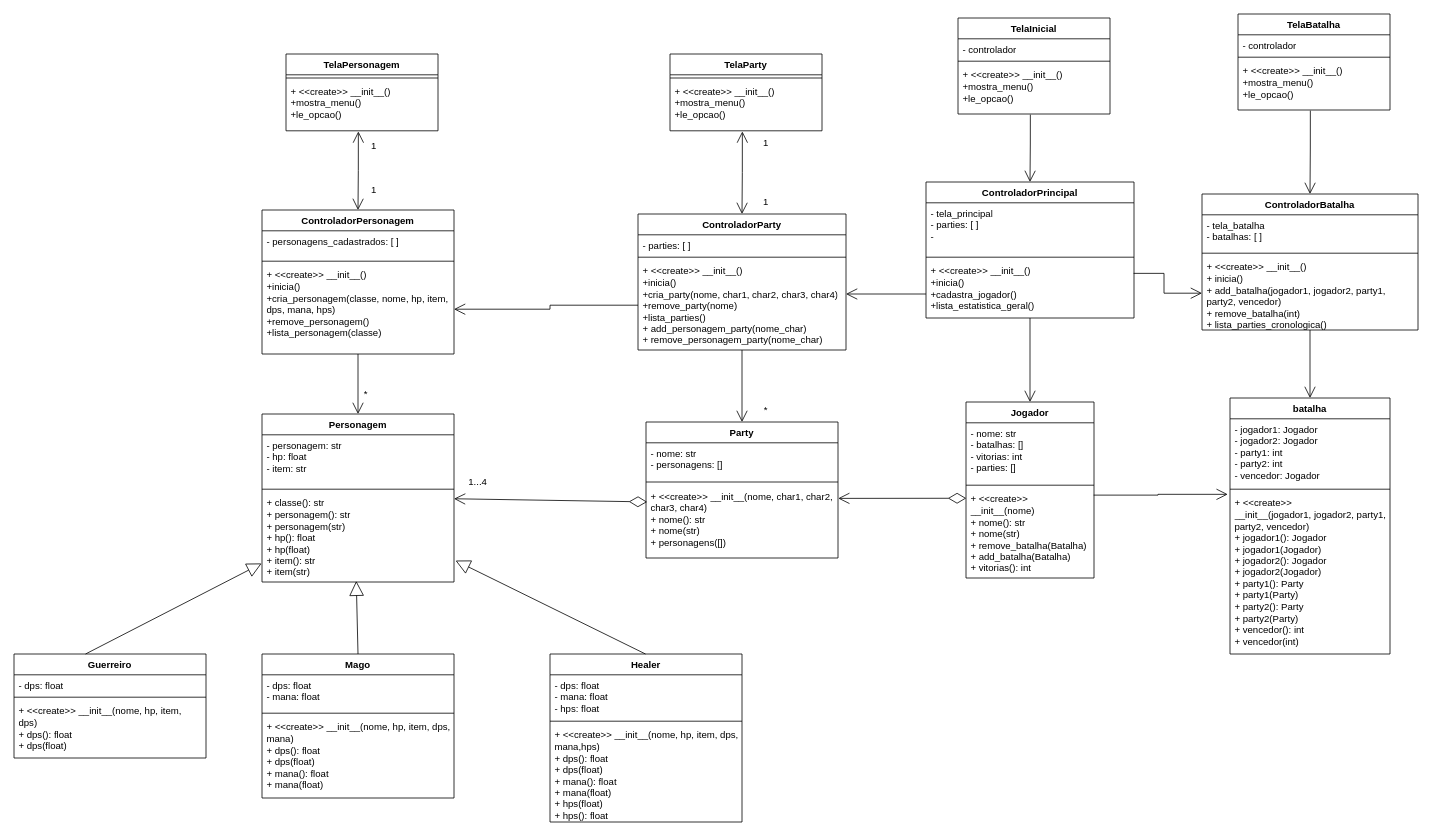
Above: MVC_RPG.drawio in Coelho50/DSO_T1 (draw.io), before the change. Source tidied: cells renumbered, new cells numbered last; positions are measured from the earlier drawing's top-left corner, leaving out a move shared by most shapes. Both pictures are drawn from the tidied source at 80%, with x=0, y=0 at pixel (14, 14).
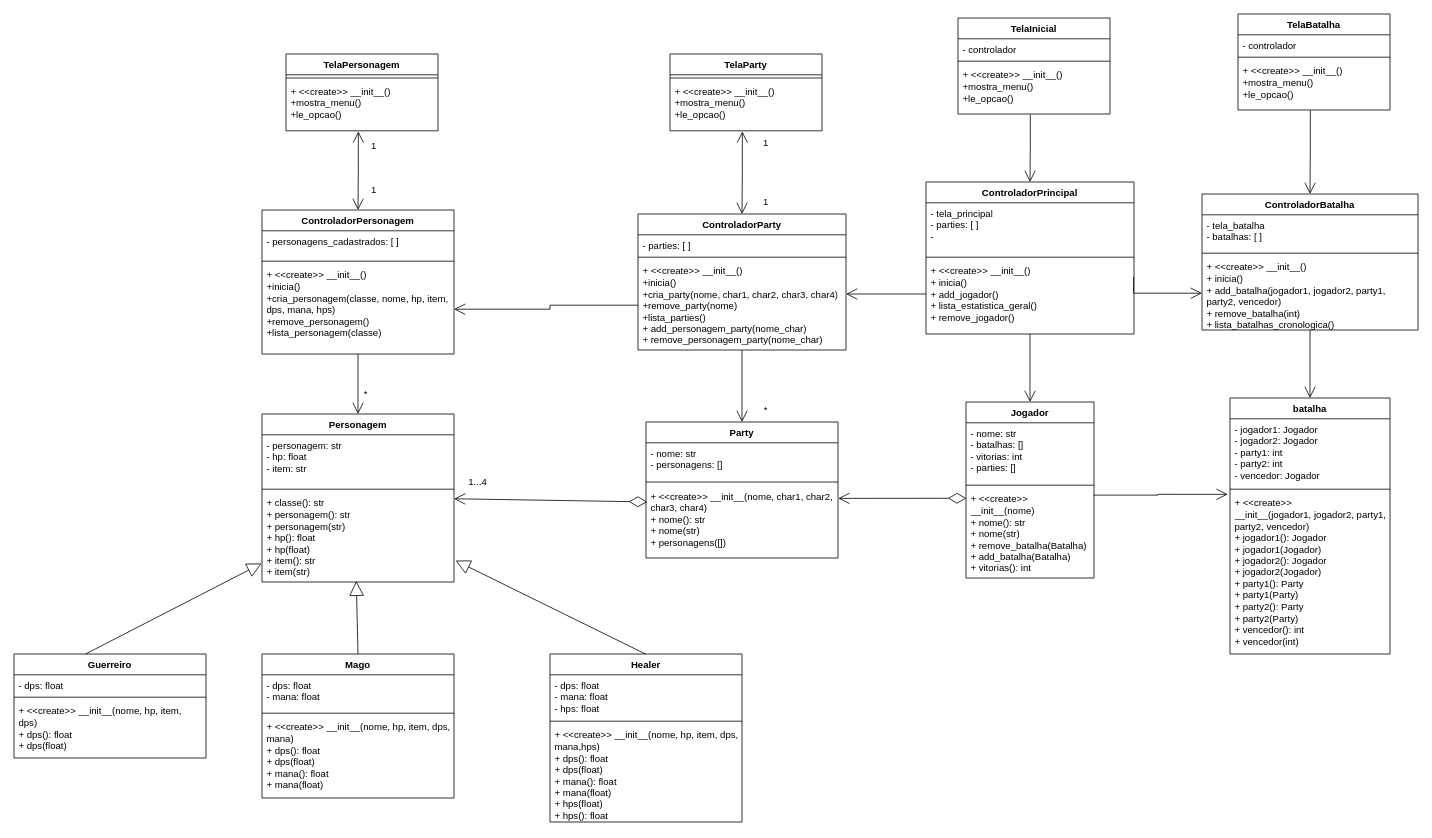
The same page after the edit.

Unchanged cells that the change refers to:
```xml
<mxCell id="71" value="ControladorBatalha" style="swimlane;fontStyle=1;align=center;verticalAlign=top;horizontal=1;startSize=26;whiteSpace=wrap;html=1;" parent="1" vertex="1">
  <mxGeometry x="1485" y="225" width="270" height="170" as="geometry" />
</mxCell>
```

What changed in the source:
```diff
@@
     <mxCell id="60" value="ControladorPrincipal" style="swimlane;fontStyle=1;align=center;verticalAlign=top;horizontal=1;startSize=26;whiteSpace=wrap;html=1;" parent="1" vertex="1">
-      <mxGeometry x="1140" y="210" width="260" height="170" as="geometry" />
+      <mxGeometry x="1140" y="210" width="260" height="190" as="geometry" />
     </mxCell>
@@
-    <mxCell id="63" value="&lt;div&gt;+ &amp;lt;&amp;lt;create&amp;gt;&amp;gt; &lt;span style=&quot;background-color: initial;&quot;&gt;__init__()&lt;/span&gt;&lt;/div&gt;&lt;div&gt;&lt;span style=&quot;background-color: initial;&quot;&gt;+inicia()&lt;br&gt;&lt;/span&gt;&lt;/div&gt;&lt;div&gt;&lt;span style=&quot;background-color: initial;&quot;&gt;+cadastra_jogador()&lt;/span&gt;&lt;/div&gt;&lt;div&gt;&lt;span style=&quot;background-color: initial;&quot;&gt;+lista_estatistica_geral()&lt;/span&gt;&lt;/div&gt;" style="text;strokeColor=none;fillColor=none;align=left;verticalAlign=top;spacingLeft=4;spacingRight=4;overflow=hidden;points=[[0,0.5],[1,0.5]];portConstraint=eastwest;whiteSpace=wrap;html=1;" parent="60" vertex="1">
-      <mxGeometry y="98" width="260" height="72" as="geometry" />
+    <mxCell id="63" value="&lt;div&gt;+ &amp;lt;&amp;lt;create&amp;gt;&amp;gt; &lt;span style=&quot;background-color: initial;&quot;&gt;__init__()&lt;/span&gt;&lt;/div&gt;&lt;div&gt;&lt;span style=&quot;background-color: initial;&quot;&gt;+ inicia()&lt;br&gt;&lt;/span&gt;&lt;/div&gt;&lt;div&gt;&lt;span style=&quot;background-color: initial;&quot;&gt;+ add_jogador()&lt;/span&gt;&lt;/div&gt;&lt;div&gt;&lt;span style=&quot;background-color: initial;&quot;&gt;+ lista_estatistica_geral()&lt;/span&gt;&lt;/div&gt;&lt;div&gt;&lt;span style=&quot;background-color: initial;&quot;&gt;+ remove_jogador()&lt;/span&gt;&lt;/div&gt;" style="text;strokeColor=none;fillColor=none;align=left;verticalAlign=top;spacingLeft=4;spacingRight=4;overflow=hidden;points=[[0,0.5],[1,0.5]];portConstraint=eastwest;whiteSpace=wrap;html=1;" parent="60" vertex="1">
+      <mxGeometry y="98" width="260" height="92" as="geometry" />
     </mxCell>
@@
-    <mxCell id="74" value="&lt;div&gt;+ &amp;lt;&amp;lt;create&amp;gt;&amp;gt; &lt;span style=&quot;background-color: initial;&quot;&gt;__init__()&lt;/span&gt;&lt;/div&gt;&lt;div&gt;&lt;span style=&quot;background-color: initial;&quot;&gt;+ inicia()&lt;br&gt;&lt;/span&gt;&lt;/div&gt;&lt;div&gt;+ add_batalha(&lt;span style=&quot;background-color: initial;&quot;&gt;jogador1, jogador2, party1, party2, vencedor&lt;/span&gt;)&lt;/div&gt;&lt;div&gt;&lt;div&gt;+ remove_batalha(int)&lt;/div&gt;&lt;div&gt;+ lista_parties_cronologica()&lt;/div&gt;&lt;/div&gt;&lt;div&gt;&lt;br&gt;&lt;/div&gt;" style="text;strokeColor=none;fillColor=none;align=left;verticalAlign=top;spacingLeft=4;spacingRight=4;overflow=hidden;points=[[0,0.5],[1,0.5]];portConstraint=eastwest;whiteSpace=wrap;html=1;" parent="71" vertex="1">
+    <mxCell id="74" value="&lt;div&gt;+ &amp;lt;&amp;lt;create&amp;gt;&amp;gt; &lt;span style=&quot;background-color: initial;&quot;&gt;__init__()&lt;/span&gt;&lt;/div&gt;&lt;div&gt;&lt;span style=&quot;background-color: initial;&quot;&gt;+ inicia()&lt;br&gt;&lt;/span&gt;&lt;/div&gt;&lt;div&gt;+ add_batalha(&lt;span style=&quot;background-color: initial;&quot;&gt;jogador1, jogador2, party1, party2, vencedor&lt;/span&gt;)&lt;/div&gt;&lt;div&gt;&lt;div&gt;+ remove_batalha(int)&lt;/div&gt;&lt;div&gt;+ lista_batalhas_cronologica()&lt;/div&gt;&lt;/div&gt;&lt;div&gt;&lt;br&gt;&lt;/div&gt;" style="text;strokeColor=none;fillColor=none;align=left;verticalAlign=top;spacingLeft=4;spacingRight=4;overflow=hidden;points=[[0,0.5],[1,0.5]];portConstraint=eastwest;whiteSpace=wrap;html=1;" parent="71" vertex="1">
       <mxGeometry y="78" width="270" height="92" as="geometry" />
     </mxCell>
@@
     <mxCell id="77" style="edgeStyle=orthogonalEdgeStyle;rounded=0;jettySize=auto;html=1;endArrow=none;endFill=0;startSize=12;endSize=12;entryX=0.998;entryY=0.225;entryDx=0;entryDy=0;startArrow=open;startFill=0;entryPerimeter=0;exitX=0;exitY=0.5;exitDx=0;exitDy=0;" parent="1" edge="1" source="74" target="63">
-      <mxGeometry relative="1" as="geometry" />
+      <mxGeometry relative="1" as="geometry">
+        <Array as="points">
+          <mxPoint x="1400" y="349" />
+        </Array>
+      </mxGeometry>
     </mxCell>
```
